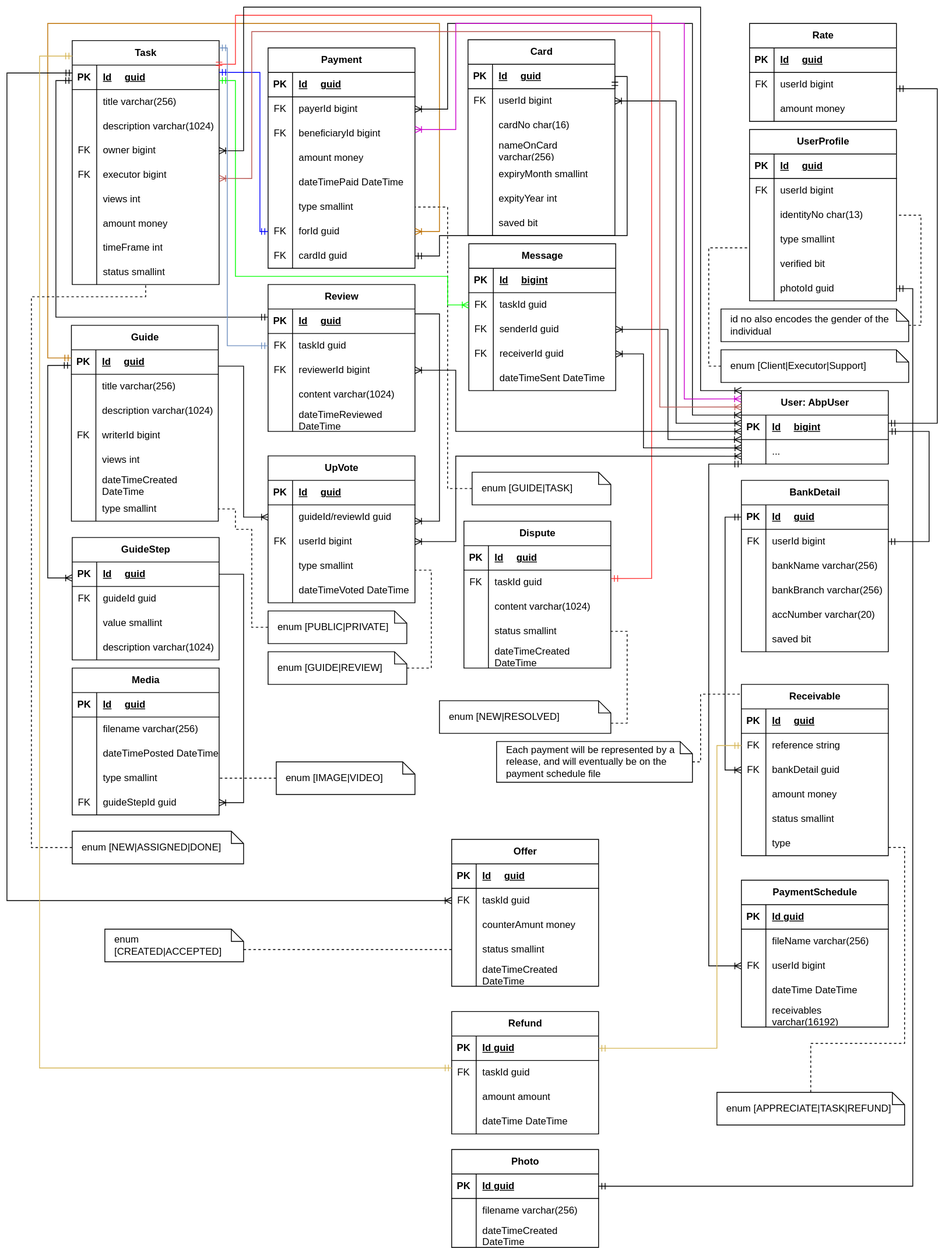
The draw.io diagram docs/assets/howto-domain.svg in teboho/how-to, before a commit. Source tidied: cells renumbered, new cells last; positions are measured from the earlier drawing's top-left corner, leaving out a move shared by most shapes.
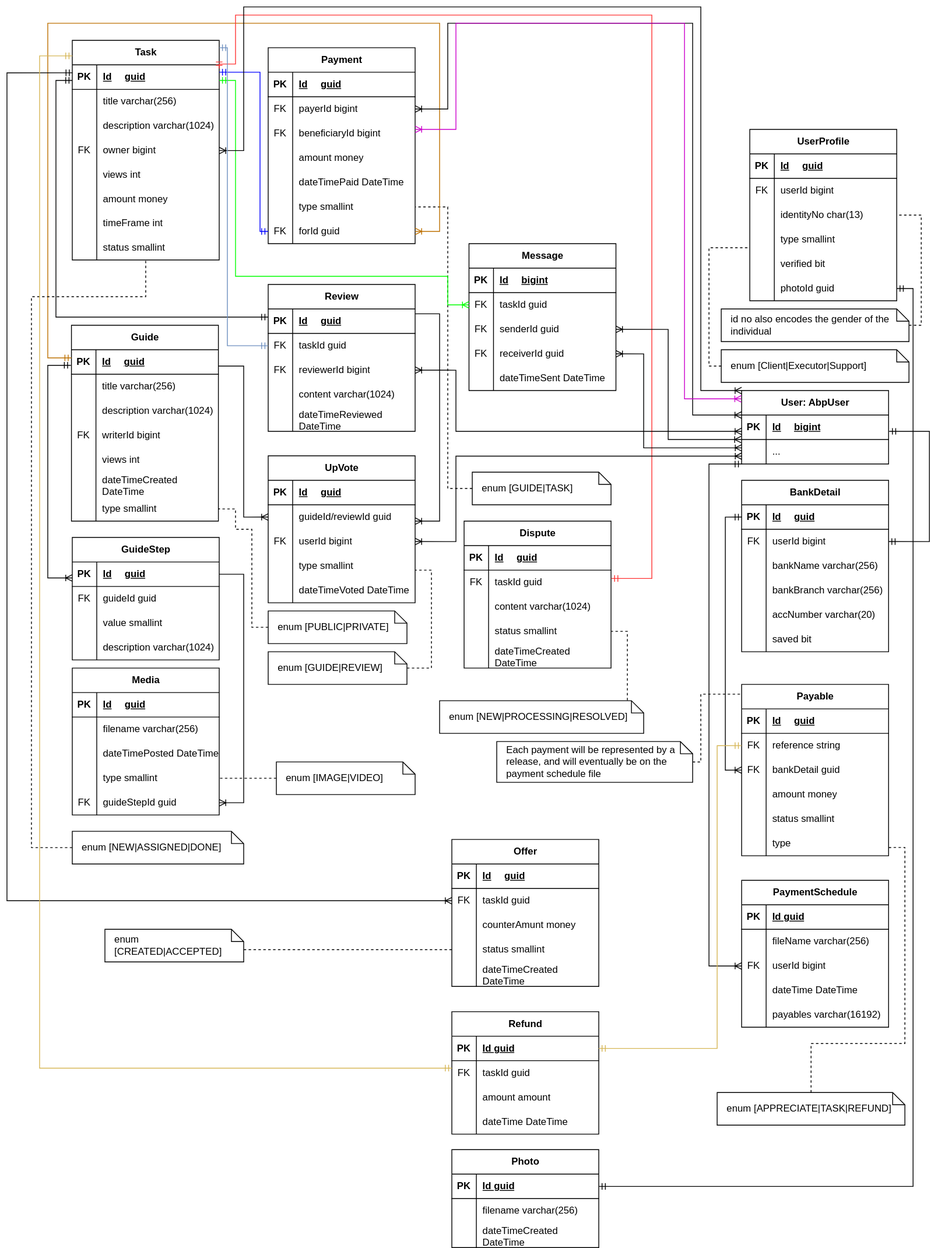
Above is the later version.

The edit, as a diff of the source:
```diff
@@ -5,3 +5,3 @@
     <mxCell id="2" value="Task" style="shape=table;startSize=30;rowLines=0;fontStyle=1;align=center;html=1;" parent="1" vertex="1">
-      <mxGeometry x="80" y="41" width="180" height="299" as="geometry" />
+      <mxGeometry x="80" y="41" width="180" height="269" as="geometry" />
     </mxCell>
@@ -43,13 +43,4 @@
     </mxCell>
-    <mxCell id="15" style="shape=tableRow;horizontal=0;startSize=0;swimlaneHead=0;swimlaneBody=0;fillColor=none;points=[[0,0.5],[1,0.5]];portConstraint=eastwest;top=0;left=0;right=0;bottom=0;" parent="2" vertex="1">
-      <mxGeometry y="150" width="180" height="30" as="geometry" />
-    </mxCell>
-    <mxCell id="16" value="FK" style="shape=partialRectangle;fillColor=none;top=0;left=0;bottom=0;right=0;overflow=hidden;whiteSpace=wrap;html=1;" parent="15" vertex="1">
-      <mxGeometry width="30" height="30" as="geometry" />
-    </mxCell>
-    <mxCell id="17" value="executor bigint" style="shape=partialRectangle;fillColor=none;top=0;left=0;bottom=0;right=0;align=left;spacingLeft=6;overflow=hidden;whiteSpace=wrap;html=1;" parent="15" vertex="1">
-      <mxGeometry x="30" width="150" height="30" as="geometry" />
-    </mxCell>
     <mxCell id="18" style="shape=tableRow;horizontal=0;startSize=0;swimlaneHead=0;swimlaneBody=0;fillColor=none;top=0;left=0;right=0;bottom=0;" parent="2" vertex="1">
-      <mxGeometry y="180" width="180" height="30" as="geometry" />
+      <mxGeometry y="150" width="180" height="30" as="geometry" />
     </mxCell>
@@ -62,3 +53,3 @@
     <mxCell id="21" style="shape=tableRow;horizontal=0;startSize=0;swimlaneHead=0;swimlaneBody=0;fillColor=none;top=0;left=0;right=0;bottom=0;" parent="2" vertex="1">
-      <mxGeometry y="210" width="180" height="29" as="geometry" />
+      <mxGeometry y="180" width="180" height="29" as="geometry" />
     </mxCell>
@@ -71,3 +62,3 @@
     <mxCell id="24" style="shape=tableRow;horizontal=0;startSize=0;swimlaneHead=0;swimlaneBody=0;fillColor=none;top=0;left=0;right=0;bottom=0;" parent="2" vertex="1">
-      <mxGeometry y="239" width="180" height="30" as="geometry" />
+      <mxGeometry y="209" width="180" height="30" as="geometry" />
     </mxCell>
@@ -80,3 +71,3 @@
     <mxCell id="27" style="shape=tableRow;horizontal=0;startSize=0;swimlaneHead=0;swimlaneBody=0;fillColor=none;points=[[0,0.5],[1,0.5]];portConstraint=eastwest;top=0;left=0;right=0;bottom=0;" parent="2" vertex="1">
-      <mxGeometry y="269" width="180" height="30" as="geometry" />
+      <mxGeometry y="239" width="180" height="30" as="geometry" />
     </mxCell>
@@ -89,3 +80,3 @@
     <mxCell id="30" value="Payment" style="shape=table;startSize=30;rowLines=0;fontStyle=1;align=center;html=1;" parent="1" vertex="1">
-      <mxGeometry x="320" y="50" width="180" height="270" as="geometry" />
+      <mxGeometry x="320" y="50" width="180" height="240" as="geometry" />
     </mxCell>
@@ -154,11 +145,2 @@
     </mxCell>
-    <mxCell id="52" style="shape=tableRow;horizontal=0;startSize=0;swimlaneHead=0;swimlaneBody=0;fillColor=none;points=[[0,0.5],[1,0.5]];portConstraint=eastwest;top=0;left=0;right=0;bottom=0;" parent="30" vertex="1">
-      <mxGeometry y="240" width="180" height="30" as="geometry" />
-    </mxCell>
-    <mxCell id="53" value="FK" style="shape=partialRectangle;fillColor=none;top=0;left=0;bottom=0;right=0;overflow=hidden;whiteSpace=wrap;html=1;" parent="52" vertex="1">
-      <mxGeometry width="30" height="30" as="geometry" />
-    </mxCell>
-    <mxCell id="54" value="cardId guid" style="shape=partialRectangle;fillColor=none;top=0;left=0;bottom=0;right=0;align=left;spacingLeft=6;overflow=hidden;whiteSpace=wrap;html=1;" parent="52" vertex="1">
-      <mxGeometry x="30" width="150" height="30" as="geometry" />
-    </mxCell>
     <mxCell id="55" value="Guide" style="shape=table;startSize=30;rowLines=0;fontStyle=1;align=center;html=1;" parent="1" vertex="1">
@@ -484,68 +466,2 @@
     </mxCell>
-    <mxCell id="158" value="Card" style="shape=table;startSize=30;rowLines=0;fontStyle=1;align=center;html=1;" parent="1" vertex="1">
-      <mxGeometry x="565" y="40" width="180" height="240" as="geometry" />
-    </mxCell>
-    <mxCell id="159" style="shape=tableRow;horizontal=0;startSize=0;swimlaneHead=0;swimlaneBody=0;fillColor=none;top=0;left=0;right=0;bottom=1;" parent="158" vertex="1">
-      <mxGeometry y="30" width="180" height="30" as="geometry" />
-    </mxCell>
-    <mxCell id="160" value="PK" style="shape=partialRectangle;fillColor=none;top=0;left=0;bottom=0;right=0;fontStyle=1;overflow=hidden;whiteSpace=wrap;html=1;" parent="159" vertex="1">
-      <mxGeometry width="30" height="30" as="geometry" />
-    </mxCell>
-    <mxCell id="161" value="Id&lt;span style=&quot;white-space: pre;&quot;&gt;&#9;&lt;/span&gt;guid" style="shape=partialRectangle;fillColor=none;top=0;left=0;bottom=0;right=0;align=left;spacingLeft=6;fontStyle=5;overflow=hidden;whiteSpace=wrap;html=1;" parent="159" vertex="1">
-      <mxGeometry x="30" width="150" height="30" as="geometry" />
-    </mxCell>
-    <mxCell id="162" style="shape=tableRow;horizontal=0;startSize=0;swimlaneHead=0;swimlaneBody=0;fillColor=none;points=[[0,0.5],[1,0.5]];portConstraint=eastwest;top=0;left=0;right=0;bottom=0;" parent="158" vertex="1">
-      <mxGeometry y="60" width="180" height="30" as="geometry" />
-    </mxCell>
-    <mxCell id="163" value="FK" style="shape=partialRectangle;fillColor=none;top=0;left=0;bottom=0;right=0;overflow=hidden;whiteSpace=wrap;html=1;" parent="162" vertex="1">
-      <mxGeometry width="30" height="30" as="geometry" />
-    </mxCell>
-    <mxCell id="164" value="userId bigint" style="shape=partialRectangle;fillColor=none;top=0;left=0;bottom=0;right=0;align=left;spacingLeft=6;overflow=hidden;whiteSpace=wrap;html=1;" parent="162" vertex="1">
-      <mxGeometry x="30" width="150" height="30" as="geometry" />
-    </mxCell>
-    <mxCell id="165" style="shape=tableRow;horizontal=0;startSize=0;swimlaneHead=0;swimlaneBody=0;fillColor=none;top=0;left=0;right=0;bottom=0;" parent="158" vertex="1">
-      <mxGeometry y="90" width="180" height="30" as="geometry" />
-    </mxCell>
-    <mxCell id="166" style="shape=partialRectangle;fillColor=none;top=0;left=0;bottom=0;right=0;overflow=hidden;whiteSpace=wrap;html=1;" parent="165" vertex="1">
-      <mxGeometry width="30" height="30" as="geometry" />
-    </mxCell>
-    <mxCell id="167" value="cardNo char(16)" style="shape=partialRectangle;fillColor=none;top=0;left=0;bottom=0;right=0;align=left;spacingLeft=6;overflow=hidden;whiteSpace=wrap;html=1;" parent="165" vertex="1">
-      <mxGeometry x="30" width="150" height="30" as="geometry" />
-    </mxCell>
-    <mxCell id="168" style="shape=tableRow;horizontal=0;startSize=0;swimlaneHead=0;swimlaneBody=0;fillColor=none;top=0;left=0;right=0;bottom=0;" parent="158" vertex="1">
-      <mxGeometry y="120" width="180" height="30" as="geometry" />
-    </mxCell>
-    <mxCell id="169" style="shape=partialRectangle;fillColor=none;top=0;left=0;bottom=0;right=0;overflow=hidden;whiteSpace=wrap;html=1;" parent="168" vertex="1">
-      <mxGeometry width="30" height="30" as="geometry" />
-    </mxCell>
-    <mxCell id="170" value="nameOnCard varchar(256)" style="shape=partialRectangle;fillColor=none;top=0;left=0;bottom=0;right=0;align=left;spacingLeft=6;overflow=hidden;whiteSpace=wrap;html=1;" parent="168" vertex="1">
-      <mxGeometry x="30" width="150" height="30" as="geometry" />
-    </mxCell>
-    <mxCell id="171" style="shape=tableRow;horizontal=0;startSize=0;swimlaneHead=0;swimlaneBody=0;fillColor=none;top=0;left=0;right=0;bottom=0;" parent="158" vertex="1">
-      <mxGeometry y="150" width="180" height="30" as="geometry" />
-    </mxCell>
-    <mxCell id="172" style="shape=partialRectangle;fillColor=none;top=0;left=0;bottom=0;right=0;overflow=hidden;whiteSpace=wrap;html=1;" parent="171" vertex="1">
-      <mxGeometry width="30" height="30" as="geometry" />
-    </mxCell>
-    <mxCell id="173" value="expiryMonth smallint" style="shape=partialRectangle;fillColor=none;top=0;left=0;bottom=0;right=0;align=left;spacingLeft=6;overflow=hidden;whiteSpace=wrap;html=1;" parent="171" vertex="1">
-      <mxGeometry x="30" width="150" height="30" as="geometry" />
-    </mxCell>
-    <mxCell id="174" style="shape=tableRow;horizontal=0;startSize=0;swimlaneHead=0;swimlaneBody=0;fillColor=none;top=0;left=0;right=0;bottom=0;" parent="158" vertex="1">
-      <mxGeometry y="180" width="180" height="30" as="geometry" />
-    </mxCell>
-    <mxCell id="175" style="shape=partialRectangle;fillColor=none;top=0;left=0;bottom=0;right=0;overflow=hidden;whiteSpace=wrap;html=1;" parent="174" vertex="1">
-      <mxGeometry width="30" height="30" as="geometry" />
-    </mxCell>
-    <mxCell id="176" value="expityYear int" style="shape=partialRectangle;fillColor=none;top=0;left=0;bottom=0;right=0;align=left;spacingLeft=6;overflow=hidden;whiteSpace=wrap;html=1;" parent="174" vertex="1">
-      <mxGeometry x="30" width="150" height="30" as="geometry" />
-    </mxCell>
-    <mxCell id="177" style="shape=tableRow;horizontal=0;startSize=0;swimlaneHead=0;swimlaneBody=0;fillColor=none;top=0;left=0;right=0;bottom=0;" parent="158" vertex="1">
-      <mxGeometry y="210" width="180" height="30" as="geometry" />
-    </mxCell>
-    <mxCell id="178" style="shape=partialRectangle;fillColor=none;top=0;left=0;bottom=0;right=0;overflow=hidden;whiteSpace=wrap;html=1;" parent="177" vertex="1">
-      <mxGeometry width="30" height="30" as="geometry" />
-    </mxCell>
-    <mxCell id="179" value="saved bit" style="shape=partialRectangle;fillColor=none;top=0;left=0;bottom=0;right=0;align=left;spacingLeft=6;overflow=hidden;whiteSpace=wrap;html=1;" parent="177" vertex="1">
-      <mxGeometry x="30" width="150" height="30" as="geometry" />
-    </mxCell>
     <mxCell id="180" style="edgeStyle=orthogonalEdgeStyle;fontSize=12;html=1;endArrow=ERmandOne;startArrow=ERmandOne;rounded=0;entryX=0;entryY=0.5;entryDx=0;entryDy=0;strokeColor=#0000FF;" parent="1" edge="1" target="49">
@@ -622,12 +538,2 @@
     </mxCell>
-    <mxCell id="188" style="edgeStyle=orthogonalEdgeStyle;fontSize=12;html=1;endArrow=ERmandOne;startArrow=ERmandOne;rounded=0;exitX=1;exitY=0.25;exitDx=0;exitDy=0;entryX=1;entryY=0.5;entryDx=0;entryDy=0;" parent="1" edge="1" source="158" target="52">
-      <mxGeometry relative="1" as="geometry">
-        <Array as="points">
-          <mxPoint x="760" y="85" />
-          <mxPoint x="760" y="280" />
-          <mxPoint x="530" y="280" />
-          <mxPoint x="530" y="305" />
-        </Array>
-      </mxGeometry>
-    </mxCell>
     <mxCell id="189" value="User: AbpUser" style="shape=table;startSize=30;rowLines=0;fontStyle=1;align=center;html=1;" parent="1" vertex="1">
@@ -774,4 +680,4 @@
     </mxCell>
-    <mxCell id="233" value="enum [NEW|RESOLVED]" style="shape=note;size=15;align=left;spacingLeft=10;html=1;whiteSpace=wrap;" parent="1" vertex="1">
-      <mxGeometry x="530" y="850" width="210" height="40" as="geometry" />
+    <mxCell id="233" value="enum [NEW|PROCESSING|RESOLVED]" style="shape=note;size=15;align=left;spacingLeft=10;html=1;whiteSpace=wrap;" parent="1" vertex="1">
+      <mxGeometry x="530" y="850" width="250" height="40" as="geometry" />
     </mxCell>
@@ -834,12 +740,2 @@
     </mxCell>
-    <mxCell id="242" style="edgeStyle=orthogonalEdgeStyle;fontSize=12;html=1;endArrow=ERoneToMany;rounded=0;exitX=1;exitY=0.5;exitDx=0;exitDy=0;startArrow=ERoneToMany;startFill=0;" parent="1" edge="1" source="162">
-      <mxGeometry relative="1" as="geometry">
-        <mxPoint x="900" y="510" as="targetPoint" />
-        <Array as="points">
-          <mxPoint x="820" y="115" />
-          <mxPoint x="820" y="510" />
-          <mxPoint x="900" y="510" />
-        </Array>
-      </mxGeometry>
-    </mxCell>
     <mxCell id="243" style="edgeStyle=orthogonalEdgeStyle;fontSize=12;html=1;endArrow=ERoneToMany;rounded=0;startArrow=ERoneToMany;startFill=0;exitX=1;exitY=0.5;exitDx=0;exitDy=0;" parent="1" edge="1" source="84">
@@ -892,12 +788,2 @@
     </mxCell>
-    <mxCell id="248" style="edgeStyle=orthogonalEdgeStyle;fontSize=12;html=1;endArrow=ERoneToMany;rounded=0;startArrow=ERoneToMany;startFill=0;exitX=1;exitY=0.632;exitDx=0;exitDy=0;exitPerimeter=0;entryX=0;entryY=0.223;entryDx=0;entryDy=0;entryPerimeter=0;fillColor=#f8cecc;strokeColor=#b85450;" parent="1" edge="1" source="15" target="189">
-      <mxGeometry relative="1" as="geometry">
-        <Array as="points">
-          <mxPoint x="300" y="210" />
-          <mxPoint x="300" y="30" />
-          <mxPoint x="800" y="30" />
-          <mxPoint x="800" y="490" />
-        </Array>
-      </mxGeometry>
-    </mxCell>
     <mxCell id="249" value="UserProfile" style="shape=table;startSize=30;rowLines=0;fontStyle=1;align=center;html=1;" parent="1" vertex="1">
@@ -981,3 +867,3 @@
     </mxCell>
-    <mxCell id="272" value="Receivable" style="shape=table;startSize=30;rowLines=0;fontStyle=1;align=center;html=1;" parent="1" vertex="1">
+    <mxCell id="272" value="Payable" style="shape=table;startSize=30;rowLines=0;fontStyle=1;align=center;html=1;" parent="1" vertex="1">
       <mxGeometry x="900" y="830" width="180" height="210" as="geometry" />
@@ -1095,42 +981,2 @@
     </mxCell>
-    <mxCell id="310" value="Rate" style="shape=table;startSize=30;rowLines=0;fontStyle=1;align=center;html=1;" parent="1" vertex="1">
-      <mxGeometry x="910" y="20" width="180" height="120" as="geometry" />
-    </mxCell>
-    <mxCell id="311" style="shape=tableRow;horizontal=0;startSize=0;swimlaneHead=0;swimlaneBody=0;fillColor=none;top=0;left=0;right=0;bottom=1;" parent="310" vertex="1">
-      <mxGeometry y="30" width="180" height="30" as="geometry" />
-    </mxCell>
-    <mxCell id="312" value="PK" style="shape=partialRectangle;fillColor=none;top=0;left=0;bottom=0;right=0;fontStyle=1;overflow=hidden;whiteSpace=wrap;html=1;" parent="311" vertex="1">
-      <mxGeometry width="30" height="30" as="geometry" />
-    </mxCell>
-    <mxCell id="313" value="Id&lt;span style=&quot;white-space: pre;&quot;&gt;&#9;&lt;/span&gt;guid" style="shape=partialRectangle;fillColor=none;top=0;left=0;bottom=0;right=0;align=left;spacingLeft=6;fontStyle=5;overflow=hidden;whiteSpace=wrap;html=1;" parent="311" vertex="1">
-      <mxGeometry x="30" width="150" height="30" as="geometry" />
-    </mxCell>
-    <mxCell id="314" style="shape=tableRow;horizontal=0;startSize=0;swimlaneHead=0;swimlaneBody=0;fillColor=none;points=[[0,0.5],[1,0.5]];portConstraint=eastwest;top=0;left=0;right=0;bottom=0;" parent="310" vertex="1">
-      <mxGeometry y="60" width="180" height="30" as="geometry" />
-    </mxCell>
-    <mxCell id="315" value="FK" style="shape=partialRectangle;fillColor=none;top=0;left=0;bottom=0;right=0;overflow=hidden;whiteSpace=wrap;html=1;" parent="314" vertex="1">
-      <mxGeometry width="30" height="30" as="geometry" />
-    </mxCell>
-    <mxCell id="316" value="userId bigint" style="shape=partialRectangle;fillColor=none;top=0;left=0;bottom=0;right=0;align=left;spacingLeft=6;overflow=hidden;whiteSpace=wrap;html=1;" parent="314" vertex="1">
-      <mxGeometry x="30" width="150" height="30" as="geometry" />
-    </mxCell>
-    <mxCell id="317" style="shape=tableRow;horizontal=0;startSize=0;swimlaneHead=0;swimlaneBody=0;fillColor=none;top=0;left=0;right=0;bottom=0;" parent="310" vertex="1">
-      <mxGeometry y="90" width="180" height="30" as="geometry" />
-    </mxCell>
-    <mxCell id="318" style="shape=partialRectangle;fillColor=none;top=0;left=0;bottom=0;right=0;overflow=hidden;whiteSpace=wrap;html=1;" parent="317" vertex="1">
-      <mxGeometry width="30" height="30" as="geometry" />
-    </mxCell>
-    <mxCell id="319" value="amount money" style="shape=partialRectangle;fillColor=none;top=0;left=0;bottom=0;right=0;align=left;spacingLeft=6;overflow=hidden;whiteSpace=wrap;html=1;" parent="317" vertex="1">
-      <mxGeometry x="30" width="150" height="30" as="geometry" />
-    </mxCell>
-    <mxCell id="320" style="edgeStyle=orthogonalEdgeStyle;fontSize=12;html=1;endArrow=ERmandOne;startArrow=ERmandOne;rounded=0;entryX=1.001;entryY=0.656;entryDx=0;entryDy=0;strokeColor=#000000;entryPerimeter=0;" parent="1" edge="1" target="314">
-      <mxGeometry relative="1" as="geometry">
-        <mxPoint x="1080" y="510" as="sourcePoint" />
-        <Array as="points">
-          <mxPoint x="1140" y="510" />
-          <mxPoint x="1140" y="100" />
-          <mxPoint x="1090" y="100" />
-        </Array>
-      </mxGeometry>
-    </mxCell>
     <mxCell id="321" style="edgeStyle=orthogonalEdgeStyle;fontSize=12;html=1;endArrow=ERmandOne;startArrow=ERmandOne;rounded=0;exitX=1;exitY=0.5;exitDx=0;exitDy=0;entryX=1.004;entryY=0.666;entryDx=0;entryDy=0;entryPerimeter=0;" parent="1" edge="1" source="295" target="190">
@@ -1188,3 +1034,3 @@
     </mxCell>
-    <mxCell id="337" value="receivables varchar(16192)" style="shape=partialRectangle;fillColor=none;top=0;left=0;bottom=0;right=0;align=left;spacingLeft=6;overflow=hidden;whiteSpace=wrap;html=1;" parent="335" vertex="1">
+    <mxCell id="337" value="payables varchar(16192)" style="shape=partialRectangle;fillColor=none;top=0;left=0;bottom=0;right=0;align=left;spacingLeft=6;overflow=hidden;whiteSpace=wrap;html=1;" parent="335" vertex="1">
       <mxGeometry x="30" width="150" height="30" as="geometry" />
```
